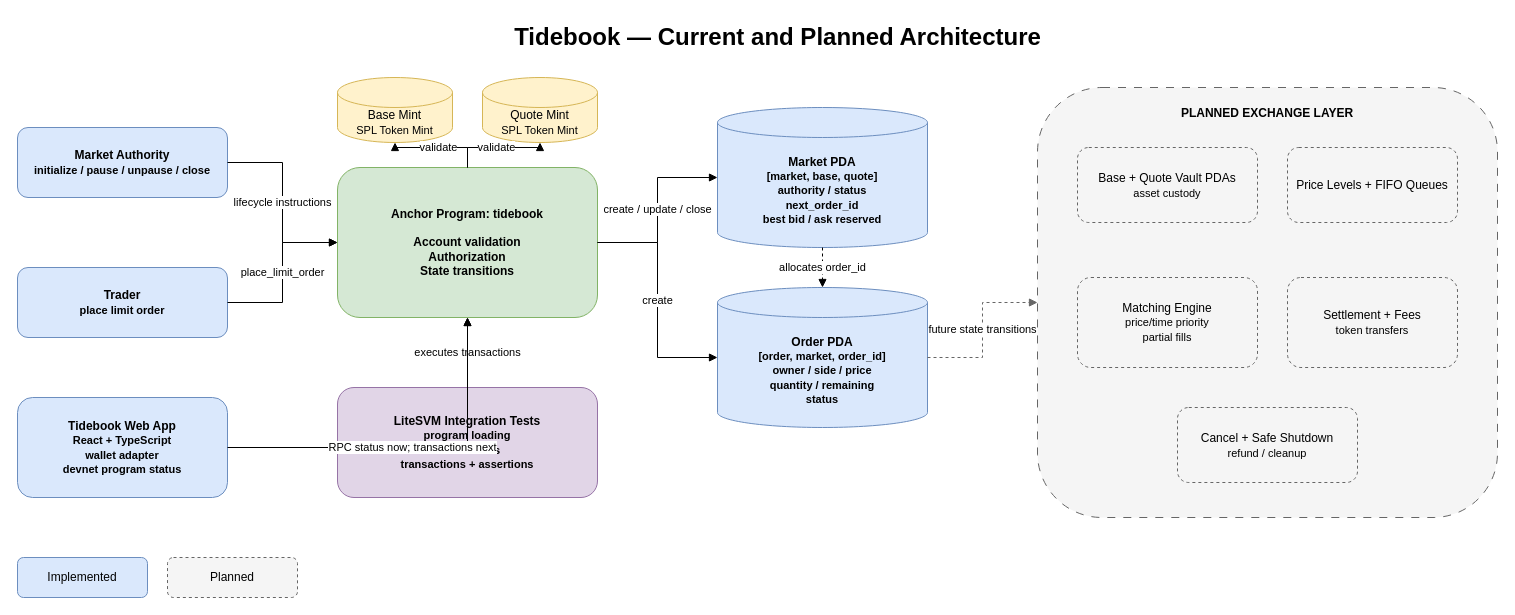
Before: docs/diagrams/tidebook-architecture.drawio in kunal171/tidebook, a draw.io diagram. Source tidied: cells renumbered, new cells numbered last; positions are measured from the earlier drawing's top-left corner, leaving out a move shared by most shapes. Both pictures are drawn from the tidied source at 100%, with x=0, y=0 at pixel (17, 17).
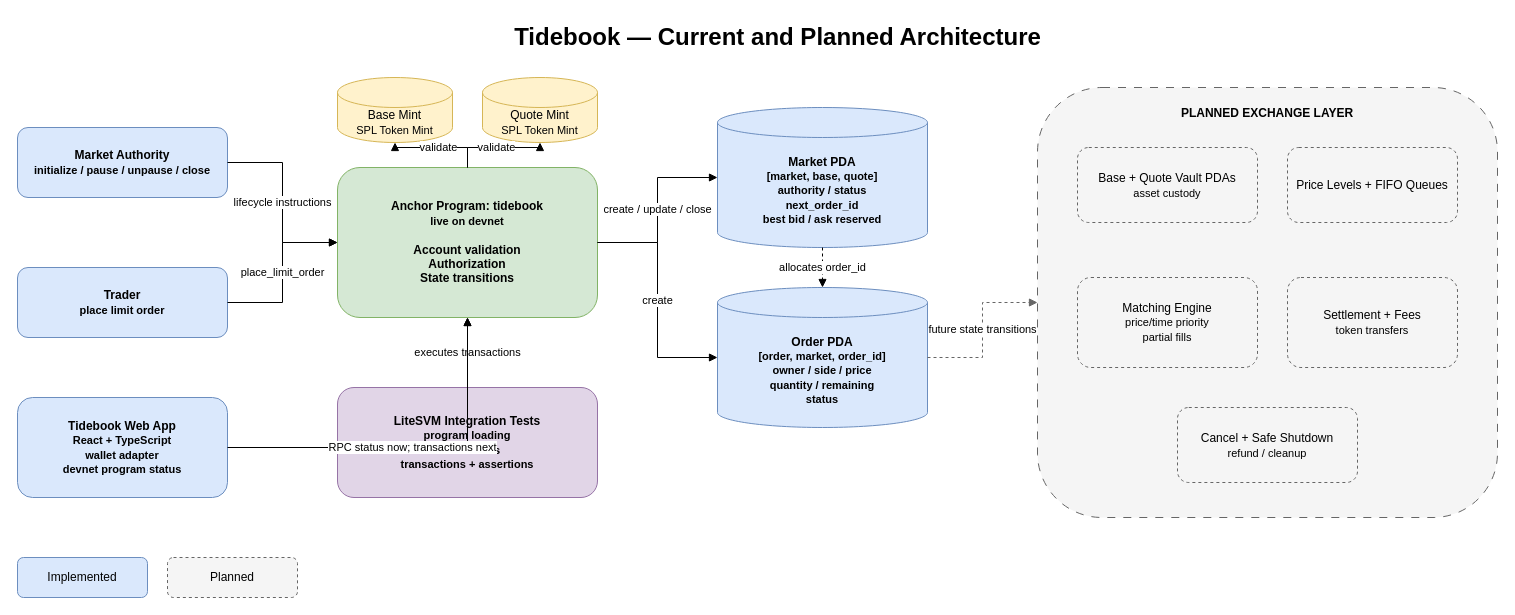
The same page after the edit.

Commit message (it also covers changes not shown here):
docs: record Tidebook devnet deployment

What changed in the source:
```diff
@@
-    <mxCell id="5" value="Anchor Program: tidebook&lt;br&gt;&lt;br&gt;Account validation&lt;br&gt;Authorization&lt;br&gt;State transitions" style="rounded=1;whiteSpace=wrap;html=1;fillColor=#d5e8d4;strokeColor=#82b366;fontStyle=1;" parent="1" vertex="1">
+    <mxCell id="5" value="Anchor Program: tidebook&lt;br&gt;&lt;font style=&quot;font-size: 11px;&quot;&gt;live on devnet&lt;/font&gt;&lt;br&gt;&lt;br&gt;Account validation&lt;br&gt;Authorization&lt;br&gt;State transitions" style="rounded=1;whiteSpace=wrap;html=1;fillColor=#d5e8d4;strokeColor=#82b366;fontStyle=1;" parent="1" vertex="1">
       <mxGeometry x="320" y="150" width="260" height="150" as="geometry" />
     </mxCell>
```
